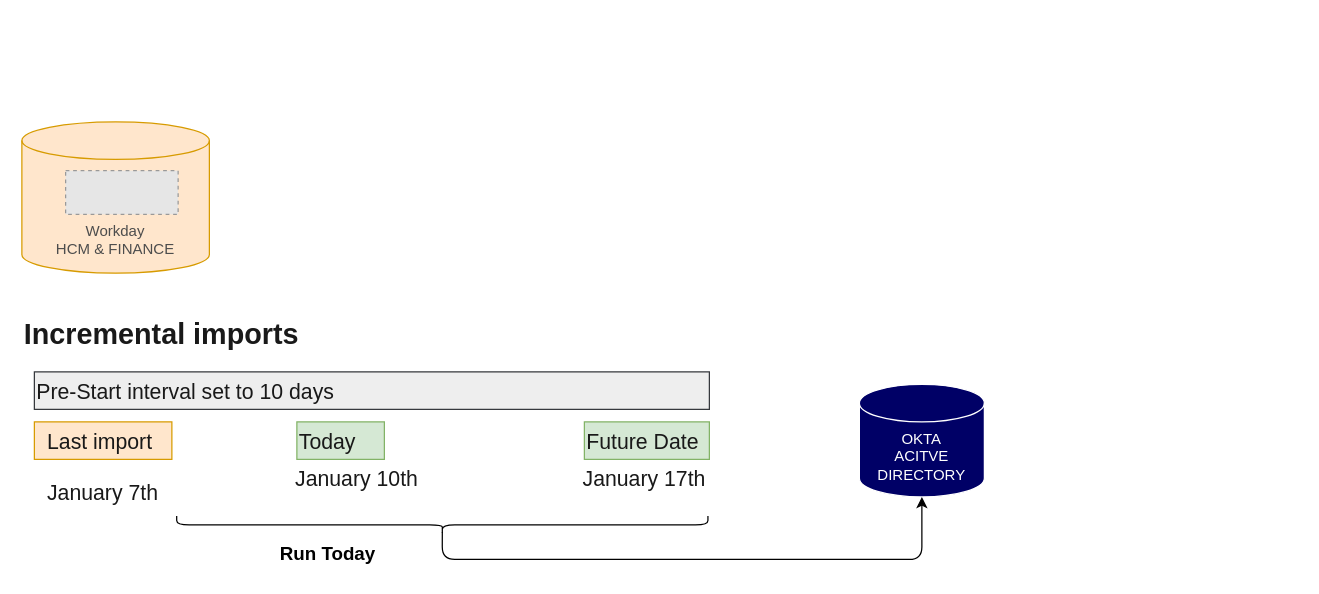
Above: Welltech OKTA AD.drawio in sandyaroma/sandyaroma (draw.io), before the change. Source tidied: cells renumbered, new cells numbered last; positions are measured from the earlier drawing's top-left corner, leaving out a move shared by most shapes. Both pictures are drawn from the tidied source at 125%, with x=0, y=0 at pixel (21, 121). Pictures stored in the file or linked from it are replaced by grey dashed boxes.
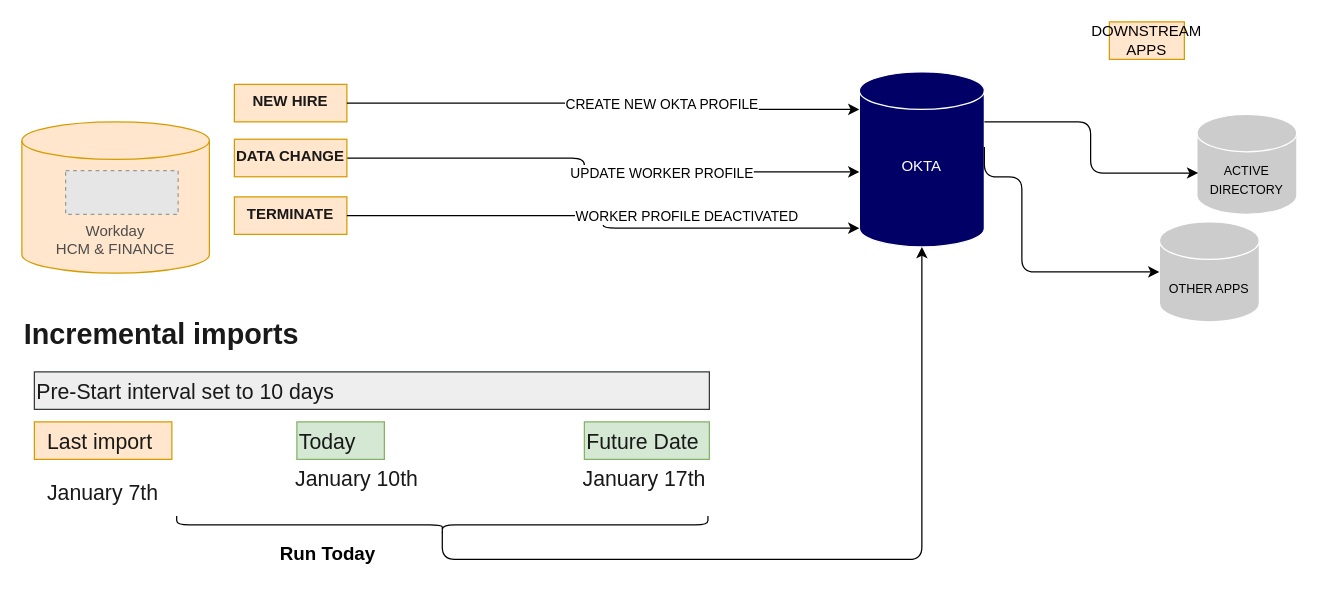
After the change.

What changed in the source:
```diff
@@
-    <mxCell id="4" value="OKTA&lt;div&gt;ACITVE DIRECTORY&lt;/div&gt;" style="shape=cylinder3;whiteSpace=wrap;html=1;boundedLbl=1;backgroundOutline=1;size=15;fillColor=#000066;fontColor=#ffffff;strokeColor=#FFFFFF;" parent="1" vertex="1">
-      <mxGeometry x="670" y="210" width="100" height="90" as="geometry" />
+    <mxCell id="4" value="OKTA&lt;div&gt;&lt;br&gt;&lt;/div&gt;" style="shape=cylinder3;whiteSpace=wrap;html=1;boundedLbl=1;backgroundOutline=1;size=15;fillColor=#000066;fontColor=#ffffff;strokeColor=#FFFFFF;" parent="1" vertex="1">
+      <mxGeometry x="670" y="-40" width="100" height="140" as="geometry" />
     </mxCell>
@@
+    <mxCell id="15" value="&lt;font size=&quot;1&quot; face=&quot;Aeonik Regular, Helvetica, Arial, sans-serif&quot; color=&quot;#191919&quot;&gt;&lt;b style=&quot;font-size: 12px;&quot;&gt;NEW HIRE&lt;/b&gt;&lt;/font&gt;" style="text;whiteSpace=wrap;html=1;fillColor=#ffe6cc;strokeColor=#d79b00;align=center;" parent="1" vertex="1">
+      <mxGeometry x="170" y="-30" width="90" height="30" as="geometry" />
+    </mxCell>
+    <mxCell id="16" style="edgeStyle=orthogonalEdgeStyle;rounded=1;jettySize=auto;html=1;entryX=0;entryY=0;entryDx=0;entryDy=30;entryPerimeter=0;curved=0;" parent="1" edge="1" source="15" target="4">
+      <mxGeometry relative="1" as="geometry" />
+    </mxCell>
+    <mxCell id="17" value="CREATE NEW OKTA PROFILE" style="edgeLabel;html=1;align=center;verticalAlign=middle;" parent="16" vertex="1">
+      <mxGeometry x="0.44" y="-3" relative="1" as="geometry">
+        <mxPoint x="-43" y="-8" as="offset" />
+      </mxGeometry>
+    </mxCell>
+    <mxCell id="18" value="&lt;font style=&quot;font-size: 10px;&quot;&gt;ACTIVE DIRECTORY&lt;/font&gt;" style="shape=cylinder3;whiteSpace=wrap;html=1;boundedLbl=1;backgroundOutline=1;size=15;fillColor=#CCCCCC;strokeColor=#FFFFFF;" parent="1" vertex="1">
+      <mxGeometry x="940" y="-6.1" width="80" height="80" as="geometry" />
+    </mxCell>
+    <mxCell id="19" value="DOWNSTREAM APPS" style="text;html=1;align=center;verticalAlign=middle;whiteSpace=wrap;rounded=0;fillColor=#ffe6cc;strokeColor=#d79b00;" parent="1" vertex="1">
+      <mxGeometry x="870" y="-80" width="60" height="30" as="geometry" />
+    </mxCell>
+    <mxCell id="20" style="edgeStyle=orthogonalEdgeStyle;rounded=1;jettySize=auto;html=1;entryX=0.013;entryY=0.588;entryDx=0;entryDy=0;entryPerimeter=0;curved=0;" parent="1" edge="1" source="4" target="18">
+      <mxGeometry relative="1" as="geometry">
+        <Array as="points">
+          <mxPoint x="855" />
+          <mxPoint x="855" y="41" />
+        </Array>
+      </mxGeometry>
+    </mxCell>
+    <mxCell id="21" value="&lt;font style=&quot;font-size: 10px;&quot;&gt;OTHER APPS&lt;/font&gt;" style="shape=cylinder3;whiteSpace=wrap;html=1;boundedLbl=1;backgroundOutline=1;size=15;fillColor=#CCCCCC;strokeColor=#FFFFFF;" parent="1" vertex="1">
+      <mxGeometry x="910" y="80" width="80" height="80" as="geometry" />
+    </mxCell>
+    <mxCell id="22" style="edgeStyle=orthogonalEdgeStyle;rounded=1;jettySize=auto;html=1;exitX=1;exitY=0;exitDx=0;exitDy=60;exitPerimeter=0;entryX=0;entryY=0.5;entryDx=0;entryDy=0;entryPerimeter=0;curved=0;" parent="1" edge="1" source="4" target="21">
+      <mxGeometry relative="1" as="geometry">
+        <Array as="points">
+          <mxPoint x="800" y="44" />
+          <mxPoint x="800" y="120" />
+        </Array>
+      </mxGeometry>
+    </mxCell>
+    <mxCell id="23" style="edgeStyle=orthogonalEdgeStyle;rounded=1;jettySize=auto;html=1;exitX=1;exitY=0.5;exitDx=0;exitDy=0;curved=0;" parent="1" edge="1" source="25" target="4">
+      <mxGeometry relative="1" as="geometry">
+        <Array as="points">
+          <mxPoint x="450" y="29" />
+          <mxPoint x="450" y="40" />
+        </Array>
+      </mxGeometry>
+    </mxCell>
+    <mxCell id="24" value="UPDATE WORKER PROFILE" style="edgeLabel;html=1;align=center;verticalAlign=middle;" parent="23" vertex="1">
+      <mxGeometry x="0.25" relative="1" as="geometry" />
+    </mxCell>
+    <mxCell id="25" value="&lt;font size=&quot;1&quot; face=&quot;Aeonik Regular, Helvetica, Arial, sans-serif&quot; color=&quot;#191919&quot;&gt;&lt;b style=&quot;font-size: 12px;&quot;&gt;DATA CHANGE&lt;/b&gt;&lt;/font&gt;" style="text;whiteSpace=wrap;html=1;fillColor=#ffe6cc;strokeColor=#d79b00;align=center;" parent="1" vertex="1">
+      <mxGeometry x="170" y="13.9" width="90" height="30" as="geometry" />
+    </mxCell>
+    <mxCell id="26" value="&lt;font size=&quot;1&quot; face=&quot;Aeonik Regular, Helvetica, Arial, sans-serif&quot; color=&quot;#191919&quot;&gt;&lt;b style=&quot;font-size: 12px;&quot;&gt;TERMINATE&lt;/b&gt;&lt;/font&gt;" style="text;whiteSpace=wrap;html=1;fillColor=#ffe6cc;strokeColor=#d79b00;align=center;" parent="1" vertex="1">
+      <mxGeometry x="170" y="60" width="90" height="30" as="geometry" />
+    </mxCell>
+    <mxCell id="27" style="edgeStyle=orthogonalEdgeStyle;rounded=1;jettySize=auto;html=1;entryX=0;entryY=1;entryDx=0;entryDy=-15;entryPerimeter=0;curved=0;" parent="1" edge="1" source="26" target="4">
+      <mxGeometry relative="1" as="geometry" />
+    </mxCell>
+    <mxCell id="28" value="WORKER PROFILE DEACTIVATED" style="edgeLabel;html=1;align=center;verticalAlign=middle;" parent="27" vertex="1">
+      <mxGeometry x="0.34" y="-1" relative="1" as="geometry">
+        <mxPoint y="-11" as="offset" />
+      </mxGeometry>
+    </mxCell>
```
